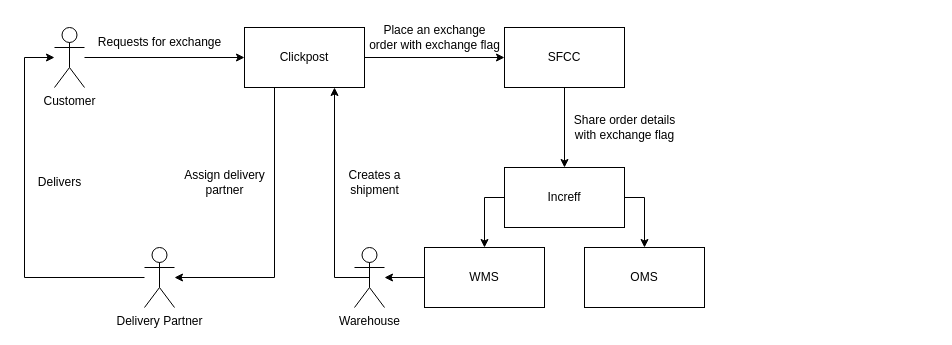
Before: Exchange-DataFlowDiagram.drawio in SaketNarayane/ProcessFlows, a draw.io diagram. Source tidied: cells renumbered, new cells numbered last; positions are measured from the earlier drawing's top-left corner, leaving out a move shared by most shapes. Both pictures are drawn from the tidied source at 100%, with x=0, y=0 at pixel (24, 17).
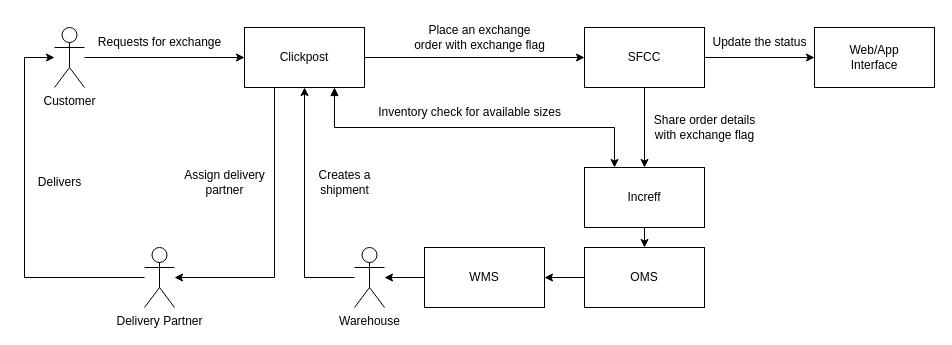
After the change.

The change refers to these unchanged cells:
```xml
<mxCell id="9" value="Clickpost" style="rounded=0;whiteSpace=wrap;html=1;" parent="1" vertex="1">
  <mxGeometry x="220" y="10" width="120" height="60" as="geometry" />
</mxCell>
<mxCell id="16" value="WMS" style="rounded=0;whiteSpace=wrap;html=1;" parent="1" vertex="1">
  <mxGeometry x="400" y="230" width="120" height="60" as="geometry" />
</mxCell>
<mxCell id="17" value="OMS" style="rounded=0;whiteSpace=wrap;html=1;" parent="1" vertex="1">
  <mxGeometry x="560" y="230" width="120" height="60" as="geometry" />
</mxCell>
<mxCell id="19" value="Warehouse" style="shape=umlActor;verticalLabelPosition=bottom;verticalAlign=top;html=1;outlineConnect=0;" parent="1" vertex="1">
  <mxGeometry x="330" y="230" width="30" height="60" as="geometry" />
</mxCell>
```

Diff of the diagram source:
```diff
@@
+    <mxCell id="25" style="edgeStyle=orthogonalEdgeStyle;rounded=0;jettySize=auto;html=1;exitX=1;exitY=0.5;exitDx=0;exitDy=0;entryX=0;entryY=0.5;entryDx=0;entryDy=0;" parent="1" edge="1" source="3" target="29">
+      <mxGeometry relative="1" as="geometry" />
+    </mxCell>
     <mxCell id="3" value="SFCC" style="rounded=0;whiteSpace=wrap;html=1;" parent="1" vertex="1">
-      <mxGeometry x="480" y="10" width="120" height="60" as="geometry" />
+      <mxGeometry x="560" y="10" width="120" height="60" as="geometry" />
     </mxCell>
-    <mxCell id="4" style="edgeStyle=orthogonalEdgeStyle;rounded=0;jettySize=auto;html=1;exitX=1;exitY=0.5;exitDx=0;exitDy=0;" parent="1" edge="1" source="6" target="17">
+    <mxCell id="4" style="edgeStyle=orthogonalEdgeStyle;rounded=0;jettySize=auto;html=1;exitX=0.5;exitY=1;exitDx=0;exitDy=0;entryX=0.5;entryY=0;entryDx=0;entryDy=0;" parent="1" edge="1" source="6" target="17">
       <mxGeometry relative="1" as="geometry" />
     </mxCell>
-    <mxCell id="5" style="edgeStyle=orthogonalEdgeStyle;rounded=0;jettySize=auto;html=1;exitX=0;exitY=0.5;exitDx=0;exitDy=0;" parent="1" edge="1" source="6" target="16">
-      <mxGeometry relative="1" as="geometry" />
-    </mxCell>
     <mxCell id="6" value="Increff" style="rounded=0;whiteSpace=wrap;html=1;" parent="1" vertex="1">
-      <mxGeometry x="480" y="150" width="120" height="60" as="geometry" />
+      <mxGeometry x="560" y="150" width="120" height="60" as="geometry" />
     </mxCell>
@@
+    <mxCell id="26" style="edgeStyle=orthogonalEdgeStyle;rounded=0;jettySize=auto;html=1;exitX=0.75;exitY=1;exitDx=0;exitDy=0;entryX=0.25;entryY=0;entryDx=0;entryDy=0;startArrow=block;startFill=1;" parent="1" edge="1" source="9" target="6">
+      <mxGeometry relative="1" as="geometry">
+        <Array as="points">
+          <mxPoint x="310" y="110" />
+          <mxPoint x="590" y="110" />
+        </Array>
+      </mxGeometry>
+    </mxCell>
@@
     <mxCell id="13" value="Place an exchange&lt;br&gt;order with exchange flag" style="text;html=1;align=center;verticalAlign=middle;strokeColor=none;fillColor=none;" parent="1" vertex="1">
-      <mxGeometry x="335" width="150" height="40" as="geometry" />
+      <mxGeometry x="380" width="150" height="40" as="geometry" />
     </mxCell>
     <mxCell id="14" value="Share order details&lt;br&gt;with exchange flag" style="text;html=1;align=center;verticalAlign=middle;strokeColor=none;fillColor=none;" parent="1" vertex="1">
-      <mxGeometry x="540" y="90" width="120" height="40" as="geometry" />
+      <mxGeometry x="620" y="90" width="120" height="40" as="geometry" />
     </mxCell>
@@
+    <mxCell id="27" style="edgeStyle=orthogonalEdgeStyle;rounded=0;jettySize=auto;html=1;exitX=0;exitY=0.5;exitDx=0;exitDy=0;entryX=1;entryY=0.5;entryDx=0;entryDy=0;" parent="1" edge="1" source="17" target="16">
+      <mxGeometry relative="1" as="geometry" />
+    </mxCell>
@@
-    <mxCell id="18" style="edgeStyle=orthogonalEdgeStyle;rounded=0;jettySize=auto;html=1;entryX=0.75;entryY=1;entryDx=0;entryDy=0;exitX=0.5;exitY=0.5;exitDx=0;exitDy=0;exitPerimeter=0;" parent="1" edge="1" source="19" target="9">
+    <mxCell id="18" style="edgeStyle=orthogonalEdgeStyle;rounded=0;jettySize=auto;html=1;entryX=0.5;entryY=1;entryDx=0;entryDy=0;" parent="1" edge="1" source="19" target="9">
       <mxGeometry relative="1" as="geometry">
         <Array as="points">
-          <mxPoint x="310" y="260" />
+          <mxPoint x="280" y="260" />
         </Array>
       </mxGeometry>
     </mxCell>
@@
     <mxCell id="20" value="Creates a&lt;br&gt;shipment" style="text;html=1;align=center;verticalAlign=middle;strokeColor=none;fillColor=none;" parent="1" vertex="1">
-      <mxGeometry x="310" y="145" width="80" height="40" as="geometry" />
+      <mxGeometry x="280" y="145" width="80" height="40" as="geometry" />
     </mxCell>
@@
+    <mxCell id="28" value="Inventory check for available sizes" style="text;html=1;align=center;verticalAlign=middle;strokeColor=none;fillColor=none;" parent="1" vertex="1">
+      <mxGeometry x="340" y="80" width="210" height="30" as="geometry" />
+    </mxCell>
+    <mxCell id="29" value="Web/App&lt;br&gt;Interface" style="rounded=0;whiteSpace=wrap;html=1;" parent="1" vertex="1">
+      <mxGeometry x="790" y="10" width="120" height="60" as="geometry" />
+    </mxCell>
+    <mxCell id="30" value="Update the status" style="text;html=1;align=center;verticalAlign=middle;strokeColor=none;fillColor=none;" parent="1" vertex="1">
+      <mxGeometry x="675" y="10" width="120" height="30" as="geometry" />
+    </mxCell>
```
